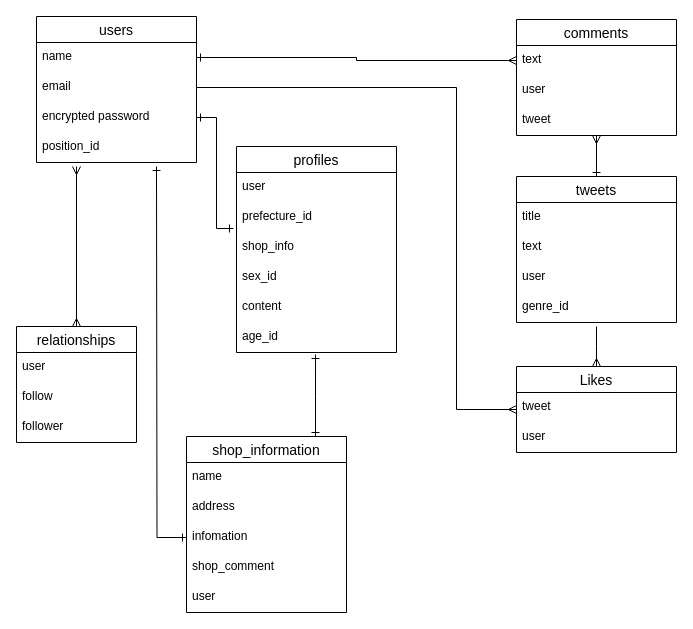
Earlier version of the draw.io diagram mediboardER.dio (IshigeU/mediboard-32338). Source tidied: cells renumbered, new cells numbered last; positions are measured from the earlier drawing's top-left corner, leaving out a move shared by most shapes. Both pictures are drawn from the tidied source at 100%, with x=0, y=0 at pixel (16, 16).
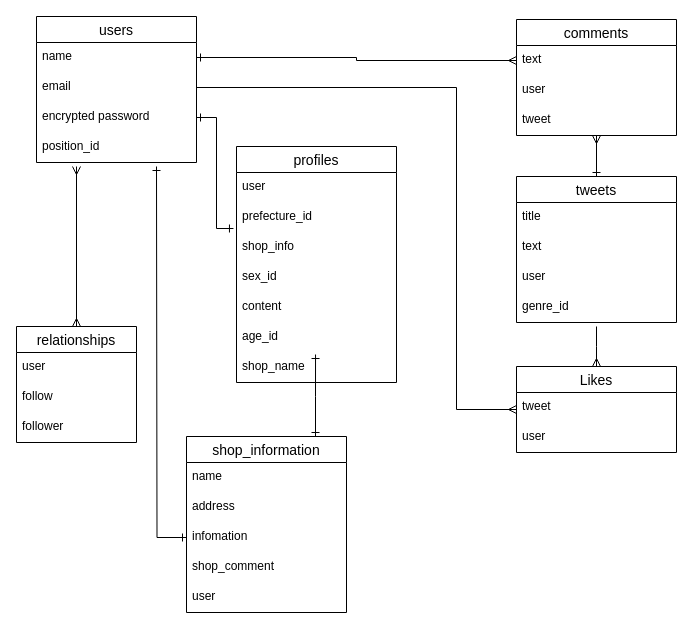
Above is the later version.

Diff of the diagram source:
```diff
@@
     <mxCell id="17" value="profiles" style="swimlane;fontStyle=0;horizontal=1;startSize=26;align=center;fontSize=14;" parent="1" vertex="1">
-      <mxGeometry x="220" y="130" width="160" height="206" as="geometry" />
+      <mxGeometry x="220" y="130" width="160" height="236" as="geometry" />
     </mxCell>
@@
+    <mxCell id="44" value="shop_name" style="text;strokeColor=none;fillColor=none;spacingLeft=4;spacingRight=4;overflow=hidden;fontSize=12;" parent="17" vertex="1">
+      <mxGeometry y="206" width="160" height="30" as="geometry" />
+    </mxCell>
```
